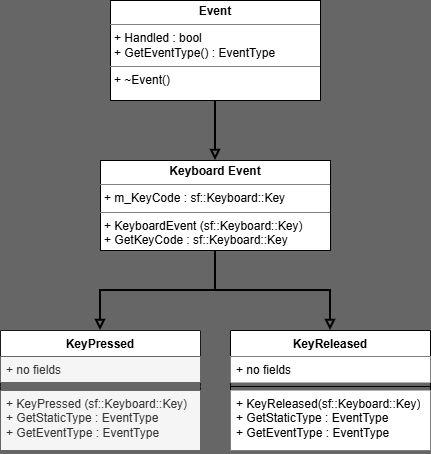
Earlier version of the draw.io export Docs/Images/Keyboard Event Class Diagram.drawio.png (erikholmesdev/Thrive-Game-Engine). Source tidied: cells renumbered, new cells last; positions are measured from the earlier drawing's top-left corner, leaving out a move shared by most shapes.
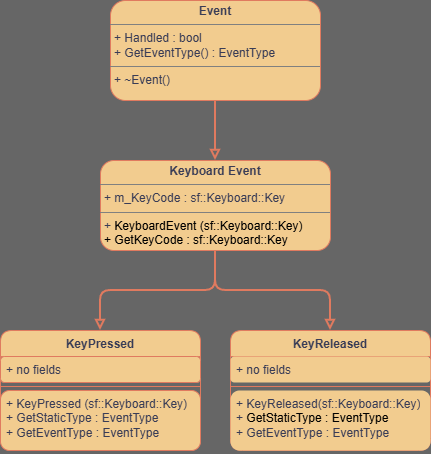
The same diagram one commit later.

Change to the diagram source:
```diff
@@ -2,45 +2,45 @@
   <root>
     <mxCell id="0" />
     <mxCell id="1" parent="0" />
-    <mxCell id="2" style="edgeStyle=orthogonalEdgeStyle;rounded=0;jettySize=auto;html=1;endArrow=block;endFill=0;labelBackgroundColor=none;fontColor=default;strokeWidth=2;" parent="1" edge="1" source="3">
+    <mxCell id="2" style="edgeStyle=orthogonalEdgeStyle;rounded=1;jettySize=auto;html=1;endArrow=block;endFill=0;labelBackgroundColor=none;fontColor=default;strokeWidth=2;strokeColor=#E07A5F;" parent="1" edge="1" source="3">
       <mxGeometry relative="1" as="geometry">
         <mxPoint x="215" y="160" as="targetPoint" />
       </mxGeometry>
     </mxCell>
-    <mxCell id="3" value="&lt;p style=&quot;margin:0px;margin-top:4px;text-align:center;&quot;&gt;&lt;b&gt;Event&lt;/b&gt;&lt;/p&gt;&lt;hr size=&quot;1&quot; style=&quot;border-style:solid;&quot;&gt;&lt;p style=&quot;margin:0px;margin-left:4px;&quot;&gt;+ Handled : bool&lt;/p&gt;&lt;p style=&quot;margin:0px;margin-left:4px;&quot;&gt;+ GetEventType() : EventType&lt;/p&gt;&lt;hr size=&quot;1&quot; style=&quot;border-style:solid;&quot;&gt;&lt;p style=&quot;margin:0px;margin-left:4px;&quot;&gt;+ ~Event()&lt;/p&gt;&lt;p style=&quot;margin:0px;margin-left:4px;&quot;&gt;&lt;br&gt;&lt;/p&gt;" style="verticalAlign=top;align=left;overflow=fill;html=1;whiteSpace=wrap;labelBackgroundColor=none;" parent="1" vertex="1">
+    <mxCell id="3" value="&lt;p style=&quot;margin:0px;margin-top:4px;text-align:center;&quot;&gt;&lt;b&gt;Event&lt;/b&gt;&lt;/p&gt;&lt;hr size=&quot;1&quot; style=&quot;border-style:solid;&quot;&gt;&lt;p style=&quot;margin:0px;margin-left:4px;&quot;&gt;+ Handled : bool&lt;/p&gt;&lt;p style=&quot;margin:0px;margin-left:4px;&quot;&gt;+ GetEventType() : EventType&lt;/p&gt;&lt;hr size=&quot;1&quot; style=&quot;border-style:solid;&quot;&gt;&lt;p style=&quot;margin:0px;margin-left:4px;&quot;&gt;+ ~Event()&lt;/p&gt;&lt;p style=&quot;margin:0px;margin-left:4px;&quot;&gt;&lt;br&gt;&lt;/p&gt;" style="verticalAlign=top;align=left;overflow=fill;html=1;whiteSpace=wrap;labelBackgroundColor=none;rounded=1;fillColor=#F2CC8F;strokeColor=#E07A5F;fontColor=#393C56;" parent="1" vertex="1">
       <mxGeometry x="110" width="210" height="100" as="geometry" />
     </mxCell>
-    <mxCell id="4" style="edgeStyle=orthogonalEdgeStyle;rounded=0;jettySize=auto;html=1;entryX=0.5;entryY=0;entryDx=0;entryDy=0;endArrow=block;endFill=0;strokeWidth=2;" parent="1" edge="1" source="6" target="7">
+    <mxCell id="4" style="edgeStyle=orthogonalEdgeStyle;rounded=1;jettySize=auto;html=1;entryX=0.5;entryY=0;entryDx=0;entryDy=0;endArrow=block;endFill=0;strokeWidth=2;labelBackgroundColor=none;strokeColor=#E07A5F;fontColor=default;" parent="1" edge="1" source="6" target="7">
       <mxGeometry relative="1" as="geometry" />
     </mxCell>
-    <mxCell id="5" style="edgeStyle=orthogonalEdgeStyle;rounded=0;jettySize=auto;html=1;entryX=0.5;entryY=0;entryDx=0;entryDy=0;endArrow=block;endFill=0;strokeWidth=2;" parent="1" edge="1" source="6" target="11">
+    <mxCell id="5" style="edgeStyle=orthogonalEdgeStyle;rounded=1;jettySize=auto;html=1;entryX=0.5;entryY=0;entryDx=0;entryDy=0;endArrow=block;endFill=0;strokeWidth=2;labelBackgroundColor=none;strokeColor=#E07A5F;fontColor=default;" parent="1" edge="1" source="6" target="11">
       <mxGeometry relative="1" as="geometry" />
     </mxCell>
-    <mxCell id="6" value="&lt;p style=&quot;margin:0px;margin-top:4px;text-align:center;&quot;&gt;&lt;b&gt;Keyboard Event&lt;/b&gt;&lt;/p&gt;&lt;hr size=&quot;1&quot; style=&quot;border-style:solid;&quot;&gt;&lt;p style=&quot;margin:0px;margin-left:4px;&quot;&gt;+ m_KeyCode : sf::Keyboard::Key&lt;/p&gt;&lt;hr size=&quot;1&quot; style=&quot;border-style:solid;&quot;&gt;&lt;p style=&quot;margin:0px;margin-left:4px;&quot;&gt;+&lt;span style=&quot;background-color: transparent; color: light-dark(rgb(0, 0, 0), rgb(255, 255, 255));&quot;&gt;&amp;nbsp;KeyboardEvent (sf::Keyboard::Key)&amp;nbsp;&lt;/span&gt;&lt;/p&gt;&lt;p style=&quot;margin:0px;margin-left:4px;&quot;&gt;&lt;span style=&quot;background-color: transparent; color: light-dark(rgb(0, 0, 0), rgb(255, 255, 255));&quot;&gt;+ GetKeyCode : sf::Keyboard::Key&lt;/span&gt;&lt;/p&gt;&lt;p style=&quot;margin:0px;margin-left:4px;&quot;&gt;&lt;br&gt;&lt;/p&gt;" style="verticalAlign=top;align=left;overflow=fill;html=1;whiteSpace=wrap;labelBackgroundColor=none;" parent="1" vertex="1">
+    <mxCell id="6" value="&lt;p style=&quot;margin:0px;margin-top:4px;text-align:center;&quot;&gt;&lt;b&gt;Keyboard Event&lt;/b&gt;&lt;/p&gt;&lt;hr size=&quot;1&quot; style=&quot;border-style:solid;&quot;&gt;&lt;p style=&quot;margin:0px;margin-left:4px;&quot;&gt;+ m_KeyCode : sf::Keyboard::Key&lt;/p&gt;&lt;hr size=&quot;1&quot; style=&quot;border-style:solid;&quot;&gt;&lt;p style=&quot;margin:0px;margin-left:4px;&quot;&gt;+&lt;span style=&quot;background-color: transparent; color: light-dark(rgb(0, 0, 0), rgb(255, 255, 255));&quot;&gt;&amp;nbsp;KeyboardEvent (sf::Keyboard::Key)&amp;nbsp;&lt;/span&gt;&lt;/p&gt;&lt;p style=&quot;margin:0px;margin-left:4px;&quot;&gt;&lt;span style=&quot;background-color: transparent; color: light-dark(rgb(0, 0, 0), rgb(255, 255, 255));&quot;&gt;+ GetKeyCode : sf::Keyboard::Key&lt;/span&gt;&lt;/p&gt;&lt;p style=&quot;margin:0px;margin-left:4px;&quot;&gt;&lt;br&gt;&lt;/p&gt;" style="verticalAlign=top;align=left;overflow=fill;html=1;whiteSpace=wrap;labelBackgroundColor=none;rounded=1;fillColor=#F2CC8F;strokeColor=#E07A5F;fontColor=#393C56;" parent="1" vertex="1">
       <mxGeometry x="100" y="160" width="230" height="90" as="geometry" />
     </mxCell>
-    <mxCell id="7" value="KeyPressed" style="swimlane;fontStyle=1;align=center;verticalAlign=top;horizontal=1;startSize=26;whiteSpace=wrap;html=1;labelBackgroundColor=none;strokeColor=#1A1A1A;" parent="1" vertex="1">
+    <mxCell id="7" value="KeyPressed" style="swimlane;fontStyle=1;align=center;verticalAlign=top;horizontal=1;startSize=26;whiteSpace=wrap;html=1;labelBackgroundColor=none;strokeColor=#E07A5F;rounded=1;fillColor=#F2CC8F;fontColor=#393C56;" parent="1" vertex="1">
       <mxGeometry y="330" width="200" height="120" as="geometry" />
     </mxCell>
-    <mxCell id="8" value="+ no fields" style="text;strokeColor=#666666;fillColor=#f5f5f5;align=left;verticalAlign=top;spacingLeft=4;spacingRight=4;overflow=hidden;whiteSpace=wrap;html=1;labelBackgroundColor=none;fontColor=#333333;" parent="7" vertex="1">
+    <mxCell id="8" value="+ no fields" style="text;strokeColor=#E07A5F;fillColor=#F2CC8F;align=left;verticalAlign=top;spacingLeft=4;spacingRight=4;overflow=hidden;whiteSpace=wrap;html=1;labelBackgroundColor=none;fontColor=#393C56;rounded=1;" parent="7" vertex="1">
       <mxGeometry y="26" width="200" height="26" as="geometry" />
     </mxCell>
-    <mxCell id="9" style="line;strokeWidth=1;align=left;verticalAlign=middle;spacingTop=-1;spacingLeft=3;spacingRight=3;labelPosition=right;labelBackgroundColor=none;fillColor=#f5f5f5;fontColor=#333333;strokeColor=#666666;" parent="7" vertex="1">
+    <mxCell id="9" style="line;strokeWidth=1;align=left;verticalAlign=middle;spacingTop=-1;spacingLeft=3;spacingRight=3;labelPosition=right;labelBackgroundColor=none;fillColor=#F2CC8F;fontColor=#393C56;strokeColor=#E07A5F;rounded=1;" parent="7" vertex="1">
       <mxGeometry y="52" width="200" height="8" as="geometry" />
     </mxCell>
-    <mxCell id="10" value="+ KeyPressed (sf::Keyboard::Key)&lt;div&gt;+ GetStaticType : EventType&lt;/div&gt;&lt;div&gt;+ GetEventType : EventType&lt;/div&gt;" style="text;align=left;verticalAlign=top;spacingLeft=4;spacingRight=4;overflow=hidden;whiteSpace=wrap;html=1;labelBackgroundColor=none;fillColor=#f5f5f5;fontColor=#333333;strokeColor=#666666;" parent="7" vertex="1">
+    <mxCell id="10" value="+ KeyPressed (sf::Keyboard::Key)&lt;div&gt;+ GetStaticType : EventType&lt;/div&gt;&lt;div&gt;+ GetEventType : EventType&lt;/div&gt;" style="text;align=left;verticalAlign=top;spacingLeft=4;spacingRight=4;overflow=hidden;whiteSpace=wrap;html=1;labelBackgroundColor=none;fillColor=#F2CC8F;fontColor=#393C56;strokeColor=#E07A5F;rounded=1;" parent="7" vertex="1">
       <mxGeometry y="60" width="200" height="60" as="geometry" />
     </mxCell>
-    <mxCell id="11" value="KeyReleased" style="swimlane;fontStyle=1;align=center;verticalAlign=top;horizontal=1;startSize=26;whiteSpace=wrap;html=1;labelBackgroundColor=none;" parent="1" vertex="1">
+    <mxCell id="11" value="KeyReleased" style="swimlane;fontStyle=1;align=center;verticalAlign=top;horizontal=1;startSize=26;whiteSpace=wrap;html=1;labelBackgroundColor=none;rounded=1;fillColor=#F2CC8F;strokeColor=#E07A5F;fontColor=#393C56;" parent="1" vertex="1">
       <mxGeometry x="230" y="330" width="200" height="120" as="geometry" />
     </mxCell>
-    <mxCell id="12" value="+ no fields" style="text;strokeColor=none;fillColor=default;align=left;verticalAlign=top;spacingLeft=4;spacingRight=4;overflow=hidden;whiteSpace=wrap;html=1;labelBackgroundColor=none;" parent="11" vertex="1">
+    <mxCell id="12" value="+ no fields" style="text;strokeColor=none;fillColor=#F2CC8F;align=left;verticalAlign=top;spacingLeft=4;spacingRight=4;overflow=hidden;whiteSpace=wrap;html=1;labelBackgroundColor=none;rounded=1;fontColor=#393C56;" parent="11" vertex="1">
       <mxGeometry y="26" width="200" height="26" as="geometry" />
     </mxCell>
-    <mxCell id="13" style="line;strokeWidth=1;fillColor=none;align=left;verticalAlign=middle;spacingTop=-1;spacingLeft=3;spacingRight=3;labelPosition=right;labelBackgroundColor=none;" parent="11" vertex="1">
+    <mxCell id="13" style="line;strokeWidth=1;fillColor=none;align=left;verticalAlign=middle;spacingTop=-1;spacingLeft=3;spacingRight=3;labelPosition=right;labelBackgroundColor=none;rounded=1;strokeColor=#E07A5F;fontColor=#393C56;" parent="11" vertex="1">
       <mxGeometry y="52" width="200" height="8" as="geometry" />
     </mxCell>
-    <mxCell id="14" value="+ KeyReleased(sf::Keyboard::Key)&lt;div&gt;+&amp;nbsp;&lt;span style=&quot;background-color: transparent; color: light-dark(rgb(0, 0, 0), rgb(255, 255, 255));&quot;&gt;GetStaticType : EventType&lt;/span&gt;&lt;div&gt;+ GetEventType : EventType&lt;/div&gt;&lt;div&gt;&lt;br&gt;&lt;/div&gt;&lt;/div&gt;" style="text;strokeColor=none;fillColor=default;align=left;verticalAlign=top;spacingLeft=4;spacingRight=4;overflow=hidden;whiteSpace=wrap;html=1;labelBackgroundColor=none;" parent="11" vertex="1">
+    <mxCell id="14" value="+ KeyReleased(sf::Keyboard::Key)&lt;div&gt;+&amp;nbsp;&lt;span style=&quot;background-color: transparent; color: light-dark(rgb(0, 0, 0), rgb(255, 255, 255));&quot;&gt;GetStaticType : EventType&lt;/span&gt;&lt;div&gt;+ GetEventType : EventType&lt;/div&gt;&lt;div&gt;&lt;br&gt;&lt;/div&gt;&lt;/div&gt;" style="text;strokeColor=none;fillColor=#F2CC8F;align=left;verticalAlign=top;spacingLeft=4;spacingRight=4;overflow=hidden;whiteSpace=wrap;html=1;labelBackgroundColor=none;rounded=1;fontColor=#393C56;" parent="11" vertex="1">
       <mxGeometry y="60" width="200" height="60" as="geometry" />
     </mxCell>
   </root>
```
